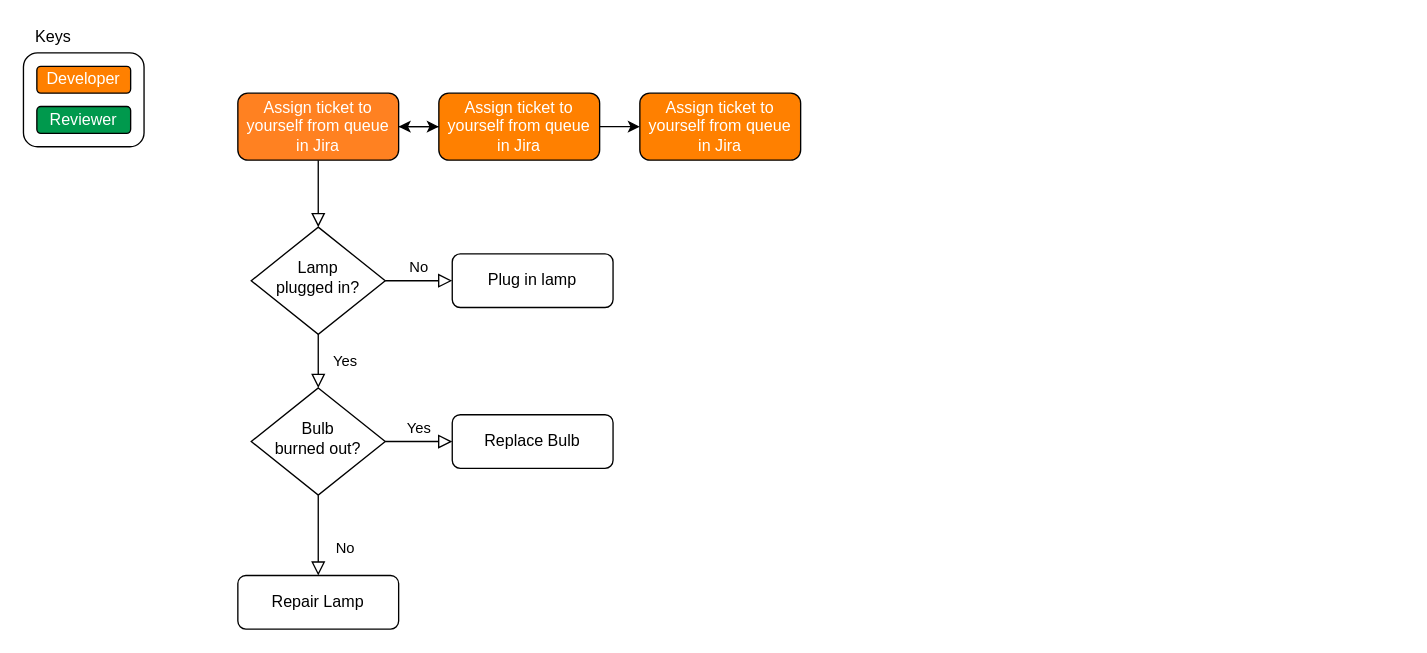
The draw.io diagram Git-PR-Process.drawio in smzajac/draw-diagrams, before the edit. Source tidied: cells renumbered, new cells numbered last; positions are measured from the earlier drawing's top-left corner, leaving out a move shared by most shapes. Both pictures are drawn from the tidied source at 134%, with x=0, y=0 at pixel (23, 23).
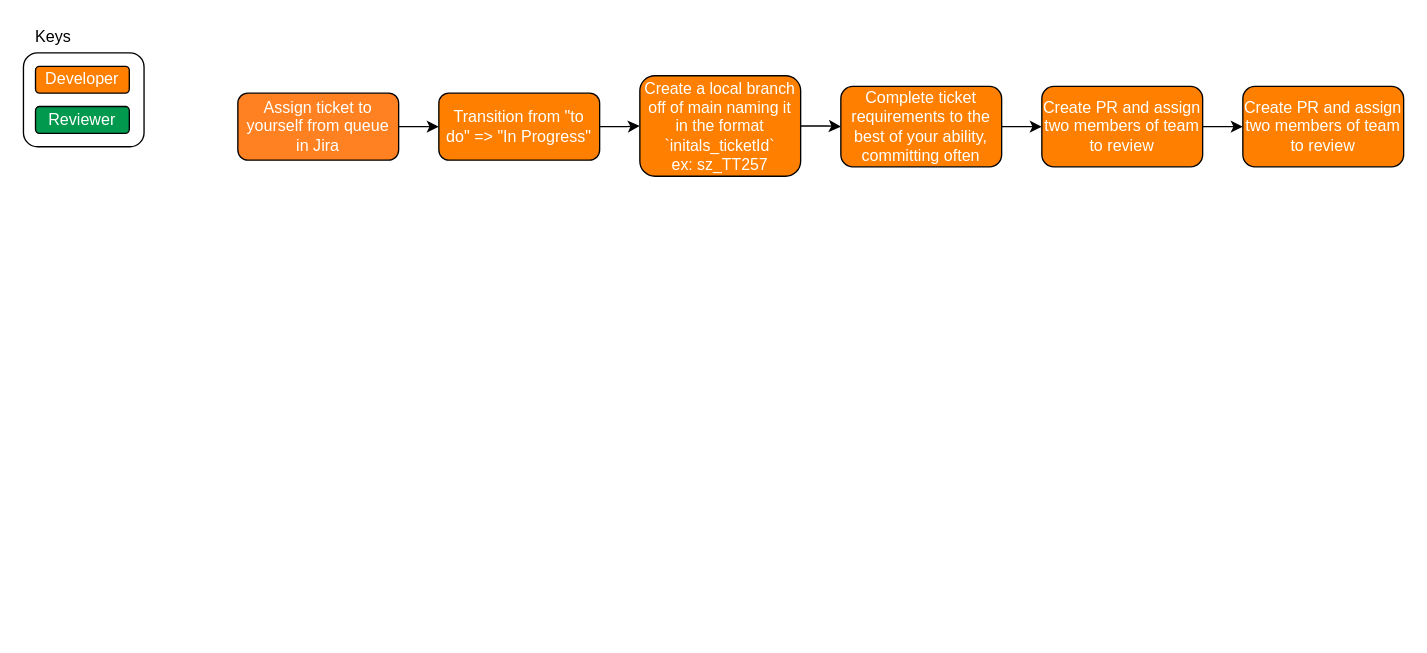
The same diagram, later.

The change refers to these unchanged cells:
```xml
<mxCell id="4" value="&lt;font color=&quot;#ffffff&quot;&gt;Assign ticket to yourself from queue in Jira&lt;/font&gt;" style="rounded=1;whiteSpace=wrap;html=1;fontSize=12;glass=0;strokeWidth=1;shadow=0;fillColor=#FF8121;" parent="1" vertex="1">
  <mxGeometry x="160" y="52" width="120" height="50" as="geometry" />
</mxCell>
```

The edit, as a diff of the source:
```diff
@@
-    <mxCell id="2" style="rounded=0;html=1;jettySize=auto;fontSize=11;endArrow=block;endFill=0;endSize=8;strokeWidth=1;shadow=0;labelBackgroundColor=none;edgeStyle=orthogonalEdgeStyle;" parent="1" edge="1" source="4" target="7">
-      <mxGeometry relative="1" as="geometry" />
-    </mxCell>
@@
-    <mxCell id="5" value="Yes" style="rounded=0;html=1;jettySize=auto;fontSize=11;endArrow=block;endFill=0;endSize=8;strokeWidth=1;shadow=0;labelBackgroundColor=none;edgeStyle=orthogonalEdgeStyle;" parent="1" edge="1" source="7" target="11">
-      <mxGeometry y="20" relative="1" as="geometry" />
-    </mxCell>
-    <mxCell id="6" value="No" style="edgeStyle=orthogonalEdgeStyle;rounded=0;html=1;jettySize=auto;fontSize=11;endArrow=block;endFill=0;endSize=8;strokeWidth=1;shadow=0;labelBackgroundColor=none;" parent="1" edge="1" source="7" target="8">
-      <mxGeometry y="10" relative="1" as="geometry" />
-    </mxCell>
-    <mxCell id="7" value="Lamp&lt;br&gt;plugged in?" style="rhombus;whiteSpace=wrap;html=1;shadow=0;fontFamily=Helvetica;fontSize=12;align=center;strokeWidth=1;spacing=6;spacingTop=-4;" parent="1" vertex="1">
-      <mxGeometry x="170" y="152" width="100" height="80" as="geometry" />
-    </mxCell>
-    <mxCell id="8" value="Plug in lamp" style="rounded=1;whiteSpace=wrap;html=1;fontSize=12;glass=0;strokeWidth=1;shadow=0;" parent="1" vertex="1">
-      <mxGeometry x="320" y="172" width="120" height="40" as="geometry" />
-    </mxCell>
-    <mxCell id="9" value="No" style="rounded=0;html=1;jettySize=auto;fontSize=11;endArrow=block;endFill=0;endSize=8;strokeWidth=1;shadow=0;labelBackgroundColor=none;edgeStyle=orthogonalEdgeStyle;" parent="1" edge="1" source="11" target="12">
-      <mxGeometry x="0.33" y="20" relative="1" as="geometry" />
-    </mxCell>
-    <mxCell id="10" value="Yes" style="edgeStyle=orthogonalEdgeStyle;rounded=0;html=1;jettySize=auto;fontSize=11;endArrow=block;endFill=0;endSize=8;strokeWidth=1;shadow=0;labelBackgroundColor=none;" parent="1" edge="1" source="11" target="13">
-      <mxGeometry y="10" relative="1" as="geometry" />
-    </mxCell>
-    <mxCell id="11" value="Bulb&lt;br&gt;burned out?" style="rhombus;whiteSpace=wrap;html=1;shadow=0;fontFamily=Helvetica;fontSize=12;align=center;strokeWidth=1;spacing=6;spacingTop=-4;" parent="1" vertex="1">
-      <mxGeometry x="170" y="272" width="100" height="80" as="geometry" />
-    </mxCell>
-    <mxCell id="12" value="Repair Lamp" style="rounded=1;whiteSpace=wrap;html=1;fontSize=12;glass=0;strokeWidth=1;shadow=0;" parent="1" vertex="1">
-      <mxGeometry x="160" y="412" width="120" height="40" as="geometry" />
-    </mxCell>
-    <mxCell id="13" value="Replace Bulb" style="rounded=1;whiteSpace=wrap;html=1;fontSize=12;glass=0;strokeWidth=1;shadow=0;" parent="1" vertex="1">
-      <mxGeometry x="320" y="292" width="120" height="40" as="geometry" />
-    </mxCell>
-    <mxCell id="14" style="edgeStyle=orthogonalEdgeStyle;rounded=0;jettySize=auto;html=1;fontColor=#FFFFFF;" parent="1" edge="1" source="16" target="4">
-      <mxGeometry relative="1" as="geometry" />
-    </mxCell>
@@
-    <mxCell id="16" value="&lt;font color=&quot;#ffffff&quot;&gt;Assign ticket to yourself from queue in Jira&lt;/font&gt;" style="rounded=1;whiteSpace=wrap;html=1;fontSize=12;glass=0;strokeWidth=1;shadow=0;fillColor=#FF8000;" parent="1" vertex="1">
+    <mxCell id="16" value="&lt;span data-lucid-content=&quot;{&amp;#34;t&amp;#34;:&amp;#34;Transition from \&amp;#34;to do\&amp;#34; =&amp;gt; \&amp;#34;In Progress\&amp;#34;&amp;#34;,&amp;#34;m&amp;#34;:[{&amp;#34;s&amp;#34;:0,&amp;#34;n&amp;#34;:&amp;#34;fc&amp;#34;,&amp;#34;v&amp;#34;:&amp;#34;Regular&amp;#34;,&amp;#34;e&amp;#34;:40},{&amp;#34;s&amp;#34;:0,&amp;#34;n&amp;#34;:&amp;#34;fid&amp;#34;,&amp;#34;v&amp;#34;:2,&amp;#34;e&amp;#34;:40},{&amp;#34;s&amp;#34;:0,&amp;#34;n&amp;#34;:&amp;#34;c&amp;#34;,&amp;#34;v&amp;#34;:&amp;#34;#ffffffff&amp;#34;,&amp;#34;e&amp;#34;:40}]}&quot;&gt;&lt;span style=&quot;color: #ffffff&quot;&gt;Transition from &quot;to do&quot; =&amp;gt; &quot;In Progress&quot;&lt;/span&gt;&lt;/span&gt;" style="rounded=1;whiteSpace=wrap;html=1;fontSize=12;glass=0;strokeWidth=1;shadow=0;fillColor=#FF8000;" parent="1" vertex="1">
       <mxGeometry x="310" y="52" width="120" height="50" as="geometry" />
     </mxCell>
@@
     <mxCell id="18" value="Developer" style="rounded=1;whiteSpace=wrap;html=1;fontColor=#FFFFFF;fillColor=#FF8000;" parent="1" vertex="1">
-      <mxGeometry x="10" y="32" width="70" height="20" as="geometry" />
+      <mxGeometry x="9" y="32" width="70" height="20" as="geometry" />
     </mxCell>
     <mxCell id="19" value="Reviewer" style="rounded=1;whiteSpace=wrap;html=1;fontColor=#FFFFFF;fillColor=#00994D;" parent="1" vertex="1">
-      <mxGeometry x="10" y="62" width="70" height="20" as="geometry" />
+      <mxGeometry x="9" y="62" width="70" height="20" as="geometry" />
     </mxCell>
@@
+    <mxCell id="22" style="edgeStyle=orthogonalEdgeStyle;rounded=0;jettySize=auto;html=1;fontSize=10;fontColor=#000000;align=center;" parent="1" edge="1" source="21" target="24">
+      <mxGeometry relative="1" as="geometry" />
+    </mxCell>
-    <mxCell id="21" value="&lt;font color=&quot;#ffffff&quot;&gt;Assign ticket to yourself from queue in Jira&lt;/font&gt;" style="rounded=1;whiteSpace=wrap;html=1;fontSize=12;glass=0;strokeWidth=1;shadow=0;fillColor=#FF8000;" parent="1" vertex="1">
-      <mxGeometry x="460" y="52" width="120" height="50" as="geometry" />
+    <mxCell id="21" value="&lt;span data-lucid-content=&quot;{&amp;#34;t&amp;#34;:&amp;#34;Create a local branch off of main naming it in reference to the ticket number&amp;#34;,&amp;#34;m&amp;#34;:[{&amp;#34;s&amp;#34;:0,&amp;#34;n&amp;#34;:&amp;#34;c&amp;#34;,&amp;#34;v&amp;#34;:&amp;#34;#ffffffff&amp;#34;,&amp;#34;e&amp;#34;:77},{&amp;#34;s&amp;#34;:0,&amp;#34;n&amp;#34;:&amp;#34;fc&amp;#34;,&amp;#34;v&amp;#34;:&amp;#34;Regular&amp;#34;,&amp;#34;e&amp;#34;:77},{&amp;#34;s&amp;#34;:0,&amp;#34;n&amp;#34;:&amp;#34;fid&amp;#34;,&amp;#34;v&amp;#34;:2,&amp;#34;e&amp;#34;:77},{&amp;#34;s&amp;#34;:0,&amp;#34;n&amp;#34;:&amp;#34;s&amp;#34;,&amp;#34;v&amp;#34;:15.777777777777773,&amp;#34;e&amp;#34;:77}]}&quot;&gt;&lt;span style=&quot;color: #ffffff ; font-size: 11.83333333333333px&quot;&gt;Create a local branch off of main naming it in the format `initals_ticketId`&lt;br&gt;ex: sz_TT257&lt;br&gt;&lt;/span&gt;&lt;/span&gt;" style="rounded=1;whiteSpace=wrap;html=1;fontSize=12;glass=0;strokeWidth=1;shadow=0;fillColor=#FF8000;" parent="1" vertex="1">
+      <mxGeometry x="460" y="39" width="120" height="75" as="geometry" />
     </mxCell>
+    <mxCell id="23" style="edgeStyle=orthogonalEdgeStyle;rounded=0;jettySize=auto;html=1;fontSize=10;fontColor=#000000;align=center;" parent="1" edge="1" source="24" target="26">
+      <mxGeometry relative="1" as="geometry" />
+    </mxCell>
+    <mxCell id="24" value="&lt;span data-lucid-content=&quot;{&amp;#34;t&amp;#34;:&amp;#34;Complete ticket requirements to the best of your ability, commiting often&amp;#34;,&amp;#34;m&amp;#34;:[{&amp;#34;s&amp;#34;:0,&amp;#34;n&amp;#34;:&amp;#34;fc&amp;#34;,&amp;#34;v&amp;#34;:&amp;#34;Regular&amp;#34;,&amp;#34;e&amp;#34;:73},{&amp;#34;s&amp;#34;:0,&amp;#34;n&amp;#34;:&amp;#34;fid&amp;#34;,&amp;#34;v&amp;#34;:2,&amp;#34;e&amp;#34;:73},{&amp;#34;s&amp;#34;:0,&amp;#34;n&amp;#34;:&amp;#34;c&amp;#34;,&amp;#34;v&amp;#34;:&amp;#34;#ffffffff&amp;#34;,&amp;#34;e&amp;#34;:73}]}&quot;&gt;&lt;font color=&quot;#ffffff&quot;&gt;Complete ticket requirements to the best of your ability, committing&amp;nbsp;often&lt;/font&gt;&lt;/span&gt;" style="rounded=1;whiteSpace=wrap;html=1;fontSize=12;glass=0;strokeWidth=1;shadow=0;fillColor=#FF8000;" parent="1" vertex="1">
+      <mxGeometry x="610" y="47" width="120" height="60" as="geometry" />
+    </mxCell>
+    <mxCell id="25" style="edgeStyle=orthogonalEdgeStyle;rounded=0;jettySize=auto;html=1;fontSize=10;fontColor=#000000;align=center;" parent="1" edge="1" source="26" target="27">
+      <mxGeometry relative="1" as="geometry" />
+    </mxCell>
+    <mxCell id="26" value="&lt;span data-lucid-content=&quot;{&amp;#34;t&amp;#34;:&amp;#34;Create PR and assign two members of team to review&amp;#34;,&amp;#34;m&amp;#34;:[{&amp;#34;s&amp;#34;:0,&amp;#34;n&amp;#34;:&amp;#34;fc&amp;#34;,&amp;#34;v&amp;#34;:&amp;#34;Regular&amp;#34;,&amp;#34;e&amp;#34;:50},{&amp;#34;s&amp;#34;:0,&amp;#34;n&amp;#34;:&amp;#34;fid&amp;#34;,&amp;#34;v&amp;#34;:2,&amp;#34;e&amp;#34;:50},{&amp;#34;s&amp;#34;:0,&amp;#34;n&amp;#34;:&amp;#34;c&amp;#34;,&amp;#34;v&amp;#34;:&amp;#34;#ffffffff&amp;#34;,&amp;#34;e&amp;#34;:50}]}&quot;&gt;&lt;span style=&quot;color: #ffffff&quot;&gt;Create PR and assign two members of team to review&lt;/span&gt;&lt;/span&gt;" style="rounded=1;whiteSpace=wrap;html=1;fontSize=12;glass=0;strokeWidth=1;shadow=0;fillColor=#FF8000;" parent="1" vertex="1">
+      <mxGeometry x="760" y="47" width="120" height="60" as="geometry" />
+    </mxCell>
+    <mxCell id="27" value="&lt;span data-lucid-content=&quot;{&amp;#34;t&amp;#34;:&amp;#34;Create PR and assign two members of team to review&amp;#34;,&amp;#34;m&amp;#34;:[{&amp;#34;s&amp;#34;:0,&amp;#34;n&amp;#34;:&amp;#34;fc&amp;#34;,&amp;#34;v&amp;#34;:&amp;#34;Regular&amp;#34;,&amp;#34;e&amp;#34;:50},{&amp;#34;s&amp;#34;:0,&amp;#34;n&amp;#34;:&amp;#34;fid&amp;#34;,&amp;#34;v&amp;#34;:2,&amp;#34;e&amp;#34;:50},{&amp;#34;s&amp;#34;:0,&amp;#34;n&amp;#34;:&amp;#34;c&amp;#34;,&amp;#34;v&amp;#34;:&amp;#34;#ffffffff&amp;#34;,&amp;#34;e&amp;#34;:50}]}&quot;&gt;&lt;span style=&quot;color: #ffffff&quot;&gt;Create PR and assign two members of team to review&lt;/span&gt;&lt;/span&gt;" style="rounded=1;whiteSpace=wrap;html=1;fontSize=12;glass=0;strokeWidth=1;shadow=0;fillColor=#FF8000;" parent="1" vertex="1">
+      <mxGeometry x="910" y="47" width="120" height="60" as="geometry" />
+    </mxCell>
```
